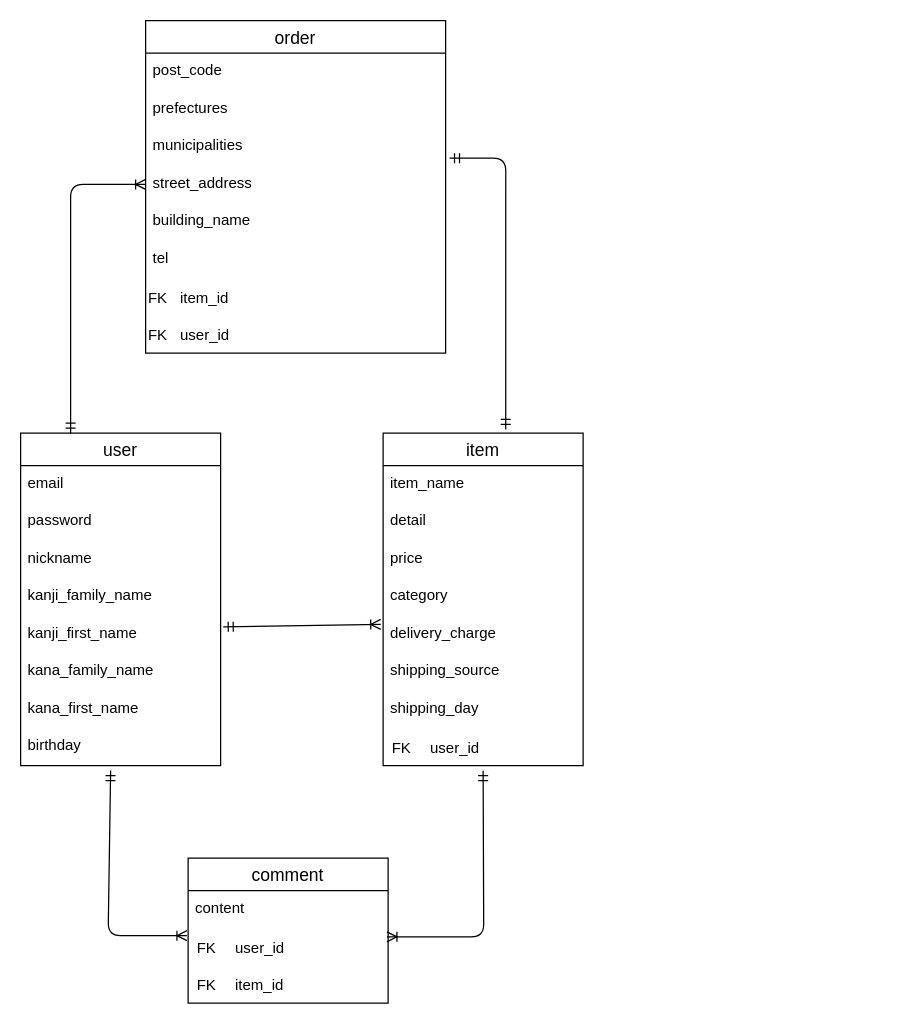
y-uchi/furima-40353 keeps this draw.io diagram as furima.dio. Above is the earlier version. Source tidied: cells renumbered, new cells numbered last; positions are measured from the earlier drawing's top-left corner, leaving out a move shared by most shapes. Both pictures are drawn from the tidied source at 125%, with x=0, y=0 at pixel (20, 20).
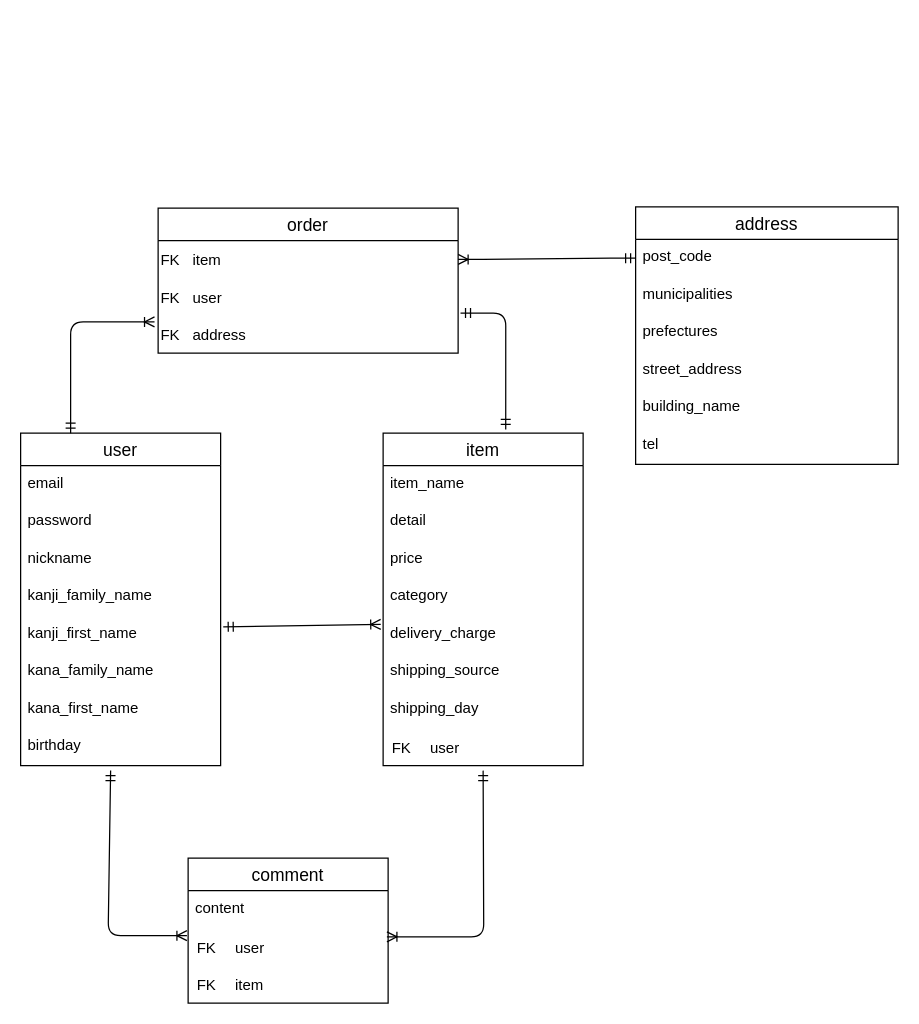
The same page after the edit.

Commit message (it also covers changes not shown here):
テーブル設計修正

The change refers to these unchanged cells:
```xml
<mxCell id="2" value="user" style="swimlane;fontStyle=0;horizontal=1;startSize=26;align=center;fontSize=14;" parent="1" vertex="1">
  <mxGeometry y="330" width="160" height="266" as="geometry" />
</mxCell>
<mxCell id="11" value="item" style="swimlane;fontStyle=0;horizontal=1;startSize=26;align=center;fontSize=14;" parent="1" vertex="1">
  <mxGeometry x="290" y="330" width="160" height="266" as="geometry" />
</mxCell>
<mxCell id="20" style="shape=tableRow;horizontal=0;startSize=0;swimlaneHead=0;swimlaneBody=0;fillColor=none;top=0;left=0;right=0;bottom=0;" parent="19" vertex="1">
  <mxGeometry width="160" height="30" as="geometry" />
</mxCell>
<mxCell id="26" style="shape=tableRow;horizontal=0;startSize=0;swimlaneHead=0;swimlaneBody=0;fillColor=none;points=[[0,0.5],[1,0.5]];portConstraint=eastwest;top=0;left=0;right=0;bottom=0;" parent="25" vertex="1">
  <mxGeometry width="160" height="30" as="geometry" />
</mxCell>
<mxCell id="30" style="shape=tableRow;horizontal=0;startSize=0;swimlaneHead=0;swimlaneBody=0;fillColor=none;top=0;left=0;right=0;bottom=0;" parent="29" vertex="1">
  <mxGeometry width="160" height="30" as="geometry" />
</mxCell>
<mxCell id="41" style="shape=tableRow;horizontal=0;startSize=0;swimlaneHead=0;swimlaneBody=0;fillColor=none;points=[[0,0.5],[1,0.5]];portConstraint=eastwest;top=0;left=0;right=0;bottom=0;" parent="40" vertex="1">
  <mxGeometry width="240" height="30" as="geometry" />
</mxCell>
<mxCell id="44" style="shape=tableRow;horizontal=0;startSize=0;swimlaneHead=0;swimlaneBody=0;fillColor=none;points=[[0,0.5],[1,0.5]];portConstraint=eastwest;top=0;left=0;right=0;bottom=0;" parent="40" vertex="1">
  <mxGeometry y="30" width="240" height="30" as="geometry" />
</mxCell>
```

Diff of the diagram source:
```diff
@@
-    <mxCell id="22" value="user_id" style="shape=partialRectangle;fillColor=none;top=0;left=0;bottom=0;right=0;align=left;spacingLeft=6;fontStyle=0;overflow=hidden;" parent="20" vertex="1">
+    <mxCell id="22" value="user" style="shape=partialRectangle;fillColor=none;top=0;left=0;bottom=0;right=0;align=left;spacingLeft=6;fontStyle=0;overflow=hidden;" parent="20" vertex="1">
       <mxGeometry x="30" width="130" height="30" as="geometry" />
     </mxCell>
@@
-    <mxCell id="28" value="user_id" style="shape=partialRectangle;fillColor=none;top=0;left=0;bottom=0;right=0;align=left;spacingLeft=6;fontStyle=0;overflow=hidden;" parent="26" vertex="1">
+    <mxCell id="28" value="user" style="shape=partialRectangle;fillColor=none;top=0;left=0;bottom=0;right=0;align=left;spacingLeft=6;fontStyle=0;overflow=hidden;" parent="26" vertex="1">
       <mxGeometry x="30" width="130" height="30" as="geometry" />
     </mxCell>
@@
-    <mxCell id="32" value="item_id" style="shape=partialRectangle;fillColor=none;top=0;left=0;bottom=0;right=0;align=left;spacingLeft=6;fontStyle=0;overflow=hidden;" parent="30" vertex="1">
+    <mxCell id="32" value="item" style="shape=partialRectangle;fillColor=none;top=0;left=0;bottom=0;right=0;align=left;spacingLeft=6;fontStyle=0;overflow=hidden;" parent="30" vertex="1">
       <mxGeometry x="30" width="130" height="30" as="geometry" />
     </mxCell>
     <mxCell id="33" value="order" style="swimlane;fontStyle=0;horizontal=1;startSize=26;align=center;fontSize=14;" parent="1" vertex="1">
-      <mxGeometry x="100" width="240" height="266" as="geometry" />
+      <mxGeometry x="110" y="150" width="240" height="116" as="geometry" />
     </mxCell>
-    <mxCell id="34" value="post_code" style="text;strokeColor=none;fillColor=none;spacingLeft=4;spacingRight=4;overflow=hidden;points=[[0,0.5],[1,0.5]];portConstraint=eastwest;fontSize=12;" parent="33" vertex="1">
-      <mxGeometry y="26" width="240" height="30" as="geometry" />
-    </mxCell>
-    <mxCell id="35" value="prefectures" style="text;strokeColor=none;fillColor=none;spacingLeft=4;spacingRight=4;overflow=hidden;fontSize=12;" parent="33" vertex="1">
-      <mxGeometry y="56" width="240" height="30" as="geometry" />
-    </mxCell>
-    <mxCell id="36" value="municipalities" style="text;strokeColor=none;fillColor=none;spacingLeft=4;spacingRight=4;overflow=hidden;points=[[0,0.5],[1,0.5]];portConstraint=eastwest;fontSize=12;" parent="33" vertex="1">
-      <mxGeometry y="86" width="240" height="30" as="geometry" />
-    </mxCell>
-    <mxCell id="37" value="street_address" style="text;strokeColor=none;fillColor=none;spacingLeft=4;spacingRight=4;overflow=hidden;points=[[0,0.5],[1,0.5]];portConstraint=eastwest;fontSize=12;" parent="33" vertex="1">
-      <mxGeometry y="116" width="240" height="30" as="geometry" />
-    </mxCell>
-    <mxCell id="38" value="building_name" style="text;strokeColor=none;fillColor=none;spacingLeft=4;spacingRight=4;overflow=hidden;fontSize=12;" parent="33" vertex="1">
-      <mxGeometry y="146" width="240" height="30" as="geometry" />
-    </mxCell>
-    <mxCell id="39" value="tel" style="text;strokeColor=none;fillColor=none;spacingLeft=4;spacingRight=4;overflow=hidden;fontSize=12;" parent="33" vertex="1">
-      <mxGeometry y="176" width="240" height="30" as="geometry" />
-    </mxCell>
     <mxCell id="40" style="shape=table;startSize=0;childLayout=tableLayout;rowLines=0;fontStyle=0;align=center;strokeColor=none;fillColor=none;" parent="33" vertex="1">
-      <mxGeometry y="206" width="240" height="60" as="geometry" />
+      <mxGeometry y="26" width="240" height="90" as="geometry" />
     </mxCell>
@@
-    <mxCell id="43" value="item_id" style="shape=partialRectangle;fillColor=none;top=0;left=0;bottom=0;right=0;align=left;spacingLeft=6;fontStyle=0;overflow=hidden;" parent="41" vertex="1">
+    <mxCell id="43" value="item" style="shape=partialRectangle;fillColor=none;top=0;left=0;bottom=0;right=0;align=left;spacingLeft=6;fontStyle=0;overflow=hidden;" parent="41" vertex="1">
       <mxGeometry x="20" width="220" height="30" as="geometry" />
     </mxCell>
@@
-    <mxCell id="46" value="user_id" style="shape=partialRectangle;fillColor=none;top=0;left=0;bottom=0;right=0;align=left;spacingLeft=6;fontStyle=0;overflow=hidden;" parent="44" vertex="1">
+    <mxCell id="46" value="user" style="shape=partialRectangle;fillColor=none;top=0;left=0;bottom=0;right=0;align=left;spacingLeft=6;fontStyle=0;overflow=hidden;" parent="44" vertex="1">
       <mxGeometry x="20" width="220" height="30" as="geometry" />
     </mxCell>
+    <mxCell id="52" style="shape=tableRow;horizontal=0;startSize=0;swimlaneHead=0;swimlaneBody=0;fillColor=none;points=[[0,0.5],[1,0.5]];portConstraint=eastwest;top=0;left=0;right=0;bottom=0;" parent="40" vertex="1">
+      <mxGeometry y="60" width="240" height="30" as="geometry" />
+    </mxCell>
+    <mxCell id="53" value="FK" style="shape=partialRectangle;fillColor=none;top=0;left=0;bottom=0;right=0;fontStyle=0;overflow=hidden;" parent="52" vertex="1">
+      <mxGeometry width="20" height="30" as="geometry" />
+    </mxCell>
+    <mxCell id="54" value="address" style="shape=partialRectangle;fillColor=none;top=0;left=0;bottom=0;right=0;align=left;spacingLeft=6;fontStyle=0;overflow=hidden;" parent="52" vertex="1">
+      <mxGeometry x="20" width="220" height="30" as="geometry" />
+    </mxCell>
-    <mxCell id="47" style="edgeStyle=orthogonalEdgeStyle;fontSize=12;html=1;endArrow=ERmandOne;startArrow=ERmandOne;entryX=1.013;entryY=0.8;entryDx=0;entryDy=0;entryPerimeter=0;exitX=0.613;exitY=-0.011;exitDx=0;exitDy=0;exitPerimeter=0;" parent="1" edge="1" source="11" target="36">
+    <mxCell id="47" style="edgeStyle=orthogonalEdgeStyle;fontSize=12;html=1;endArrow=ERmandOne;startArrow=ERmandOne;entryX=1.008;entryY=-0.067;entryDx=0;entryDy=0;exitX=0.613;exitY=-0.011;exitDx=0;exitDy=0;exitPerimeter=0;entryPerimeter=0;" parent="1" edge="1" source="11" target="52">
       <mxGeometry relative="1" as="geometry" />
     </mxCell>
-    <mxCell id="48" style="edgeStyle=orthogonalEdgeStyle;fontSize=12;html=1;endArrow=ERoneToMany;startArrow=ERmandOne;exitX=0.25;exitY=0;exitDx=0;exitDy=0;entryX=0;entryY=0.5;entryDx=0;entryDy=0;" parent="1" edge="1" source="2" target="37">
+    <mxCell id="48" style="edgeStyle=orthogonalEdgeStyle;fontSize=12;html=1;endArrow=ERoneToMany;startArrow=ERmandOne;exitX=0.25;exitY=0;exitDx=0;exitDy=0;entryX=-0.012;entryY=1.167;entryDx=0;entryDy=0;entryPerimeter=0;" parent="1" edge="1" source="2" target="44">
       <mxGeometry relative="1" as="geometry" />
     </mxCell>
@@
+    <mxCell id="55" value="address" style="swimlane;fontStyle=0;horizontal=1;startSize=26;align=center;fontSize=14;" parent="1" vertex="1">
+      <mxGeometry x="492" y="149" width="210" height="206" as="geometry" />
+    </mxCell>
+    <mxCell id="34" value="post_code" style="text;strokeColor=none;fillColor=none;spacingLeft=4;spacingRight=4;overflow=hidden;points=[[0,0.5],[1,0.5]];portConstraint=eastwest;fontSize=12;" parent="55" vertex="1">
+      <mxGeometry y="26" width="210" height="30" as="geometry" />
+    </mxCell>
+    <mxCell id="36" value="municipalities" style="text;strokeColor=none;fillColor=none;spacingLeft=4;spacingRight=4;overflow=hidden;points=[[0,0.5],[1,0.5]];portConstraint=eastwest;fontSize=12;" parent="55" vertex="1">
+      <mxGeometry y="56" width="210" height="30" as="geometry" />
+    </mxCell>
+    <mxCell id="35" value="prefectures" style="text;strokeColor=none;fillColor=none;spacingLeft=4;spacingRight=4;overflow=hidden;fontSize=12;" parent="55" vertex="1">
+      <mxGeometry y="86" width="210" height="30" as="geometry" />
+    </mxCell>
+    <mxCell id="37" value="street_address" style="text;strokeColor=none;fillColor=none;spacingLeft=4;spacingRight=4;overflow=hidden;points=[[0,0.5],[1,0.5]];portConstraint=eastwest;fontSize=12;" parent="55" vertex="1">
+      <mxGeometry y="116" width="210" height="30" as="geometry" />
+    </mxCell>
+    <mxCell id="38" value="building_name" style="text;strokeColor=none;fillColor=none;spacingLeft=4;spacingRight=4;overflow=hidden;fontSize=12;" parent="55" vertex="1">
+      <mxGeometry y="146" width="210" height="30" as="geometry" />
+    </mxCell>
+    <mxCell id="39" value="tel" style="text;strokeColor=none;fillColor=none;spacingLeft=4;spacingRight=4;overflow=hidden;fontSize=12;" parent="55" vertex="1">
+      <mxGeometry y="176" width="210" height="30" as="geometry" />
+    </mxCell>
+    <mxCell id="56" style="edgeStyle=entityRelationEdgeStyle;fontSize=12;html=1;endArrow=ERoneToMany;startArrow=ERmandOne;entryX=1;entryY=0.5;entryDx=0;entryDy=0;exitX=0;exitY=0.5;exitDx=0;exitDy=0;" parent="1" edge="1" source="34" target="41">
+      <mxGeometry relative="1" as="geometry" />
+    </mxCell>
```
